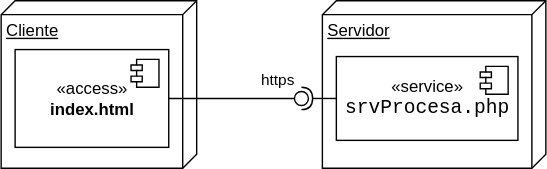
gilpgawoas/gilpgawoas.github.io keeps this draw.io diagram as docs/img/m10form/srvformdistribucion.drawio.svg. Above is the earlier version. Source tidied: cells renumbered, new cells last; positions are measured from the earlier drawing's top-left corner, leaving out a move shared by most shapes. Its diagram source:
```xml
<mxGraphModel>
  <root>
    <mxCell id="0" />
    <mxCell id="1" parent="0" />
    <mxCell id="2" value="Cliente" style="verticalAlign=top;align=left;spacingTop=8;spacingLeft=2;spacingRight=12;shape=cube;size=10;direction=south;fontStyle=4;html=1;" parent="1" vertex="1">
      <mxGeometry width="140" height="120" as="geometry" />
    </mxCell>
    <mxCell id="3" value="«access»&lt;br&gt;&lt;b&gt;index.html&lt;/b&gt;" style="html=1;" parent="1" vertex="1">
      <mxGeometry x="10" y="35" width="110" height="70" as="geometry" />
    </mxCell>
    <mxCell id="4" style="shape=module;jettyWidth=8;jettyHeight=4;" parent="3" vertex="1">
      <mxGeometry x="1" width="20" height="20" relative="1" as="geometry">
        <mxPoint x="-27" y="7" as="offset" />
      </mxGeometry>
    </mxCell>
    <mxCell id="5" value="Servidor" style="verticalAlign=top;align=left;spacingTop=8;spacingLeft=2;spacingRight=12;shape=cube;size=10;direction=south;fontStyle=4;html=1;" parent="1" vertex="1">
      <mxGeometry x="230" width="160" height="120" as="geometry" />
    </mxCell>
    <mxCell id="6" value="«service»&lt;br&gt;&lt;font face=&quot;Consolas, Courier New, monospace&quot;&gt;&lt;span style=&quot;font-size: 14px; background-color: rgb(255, 255, 255);&quot;&gt;srvProcesa.php&lt;/span&gt;&lt;/font&gt;" style="html=1;" parent="1" vertex="1">
      <mxGeometry x="240" y="40" width="130" height="60" as="geometry" />
    </mxCell>
    <mxCell id="7" style="shape=module;jettyWidth=8;jettyHeight=4;" parent="6" vertex="1">
      <mxGeometry x="1" width="20" height="20" relative="1" as="geometry">
        <mxPoint x="-27" y="7" as="offset" />
      </mxGeometry>
    </mxCell>
    <mxCell id="8" value="https" style="rounded=0;jettySize=auto;html=1;endArrow=none;endFill=0;sketch=0;sourcePerimeterSpacing=0;targetPerimeterSpacing=0;exitX=1;exitY=0.5;exitDx=0;exitDy=0;" parent="1" edge="1" source="3" target="10">
      <mxGeometry x="0.73" y="13" relative="1" as="geometry" />
    </mxCell>
    <mxCell id="9" style="rounded=0;jettySize=auto;html=1;endArrow=halfCircle;endFill=0;entryX=0.5;entryY=0.5;endSize=6;strokeWidth=1;sketch=0;exitX=0;exitY=0.5;exitDx=0;exitDy=0;" parent="1" edge="1" source="6" target="10">
      <mxGeometry relative="1" as="geometry" />
    </mxCell>
    <mxCell id="10" style="ellipse;whiteSpace=wrap;html=1;align=center;points=[];outlineConnect=0;sketch=0;" parent="1" vertex="1">
      <mxGeometry x="210" y="65" width="10" height="10" as="geometry" />
    </mxCell>
  </root>
</mxGraphModel>
```
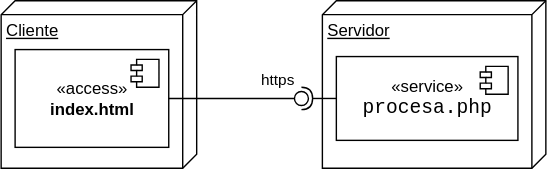
Later version of the same file.

Diff of the diagram source:
```diff
@@ -16,7 +16,7 @@
     <mxCell id="5" value="Servidor" style="verticalAlign=top;align=left;spacingTop=8;spacingLeft=2;spacingRight=12;shape=cube;size=10;direction=south;fontStyle=4;html=1;" parent="1" vertex="1">
       <mxGeometry x="230" width="160" height="120" as="geometry" />
     </mxCell>
-    <mxCell id="6" value="«service»&lt;br&gt;&lt;font face=&quot;Consolas, Courier New, monospace&quot;&gt;&lt;span style=&quot;font-size: 14px; background-color: rgb(255, 255, 255);&quot;&gt;srvProcesa.php&lt;/span&gt;&lt;/font&gt;" style="html=1;" parent="1" vertex="1">
+    <mxCell id="6" value="«service»&lt;br&gt;&lt;font face=&quot;Consolas, Courier New, monospace&quot;&gt;&lt;span style=&quot;font-size: 14px; background-color: rgb(255, 255, 255);&quot;&gt;procesa.php&lt;/span&gt;&lt;/font&gt;" style="html=1;" parent="1" vertex="1">
       <mxGeometry x="240" y="40" width="130" height="60" as="geometry" />
     </mxCell>
     <mxCell id="7" style="shape=module;jettyWidth=8;jettyHeight=4;" parent="6" vertex="1">
```
